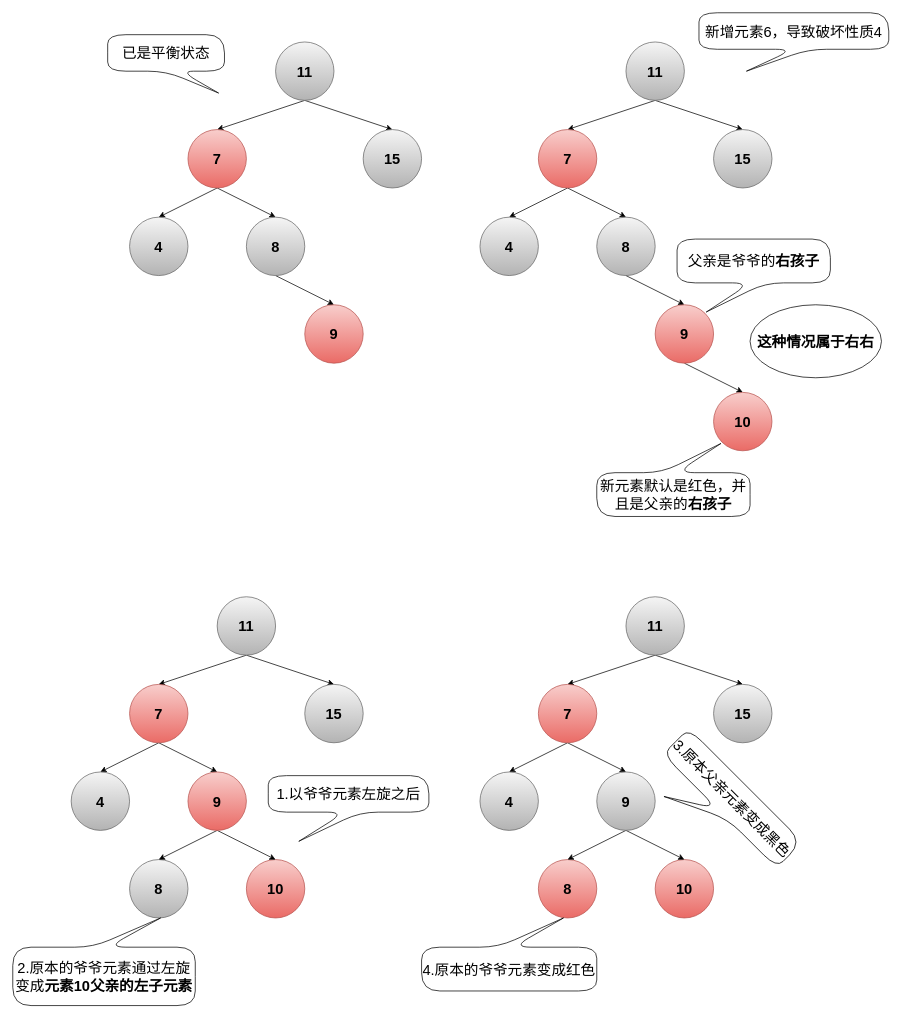
The draw.io diagram page "右右" (1 of 6) of typora/JavaSE/6 集合/drawio/HashMap/红黑树失衡情况.drawio in LDChing0321/JavaLearn, before the edit. Source tidied: cells renumbered, new cells numbered last; positions are measured from the earlier drawing's top-left corner, leaving out a move shared by most shapes. Both pictures are drawn from the tidied source at 73%, with x=0, y=0 at pixel (12, 12).
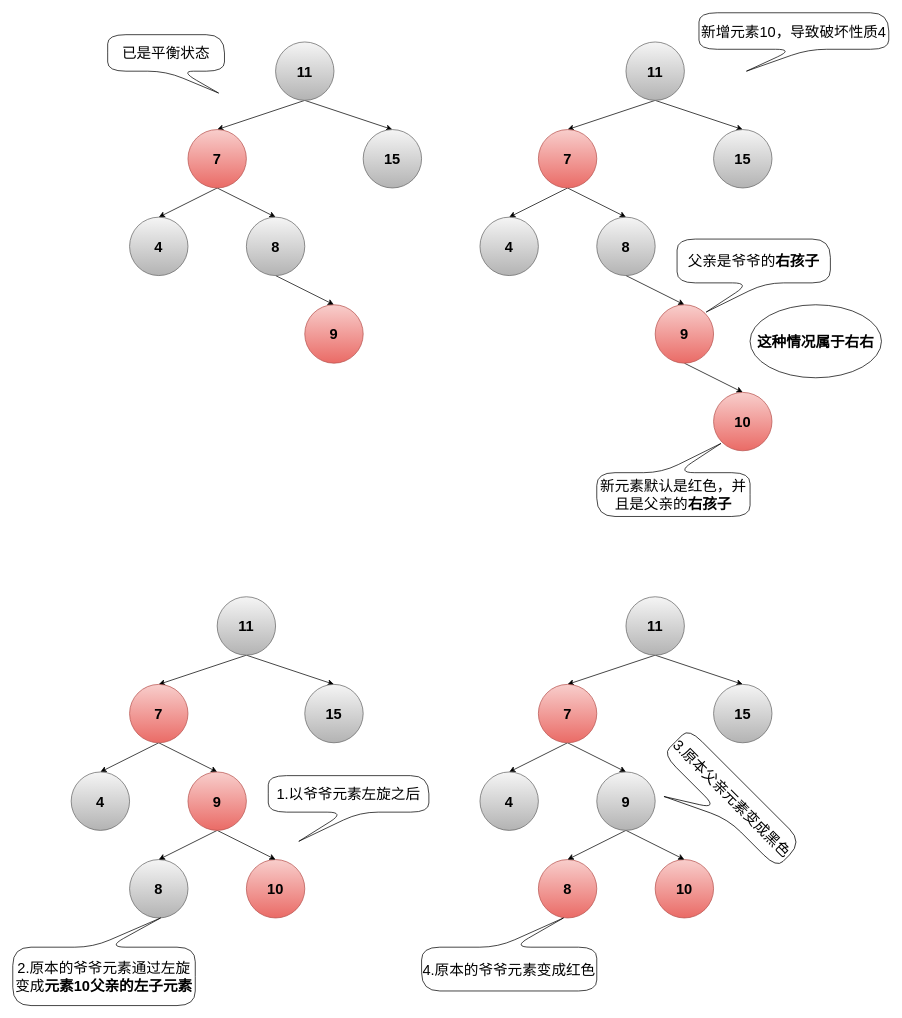
The same page after the edit.

Commit message:
更新红黑树失衡情况.drawio

What changed in the source:
```diff
@@
-    <mxCell id="13" value="新增元素6，导致破坏性质4" style="shape=callout;whiteSpace=wrap;html=1;perimeter=calloutPerimeter;fontSize=20;rounded=1;arcSize=50;position2=0.25;" parent="1" vertex="1">
+    <mxCell id="13" value="新增元素10，导致破坏性质4" style="shape=callout;whiteSpace=wrap;html=1;perimeter=calloutPerimeter;fontSize=20;rounded=1;arcSize=50;position2=0.25;" parent="1" vertex="1">
       <mxGeometry x="940" width="260" height="80" as="geometry" />
     </mxCell>
```
